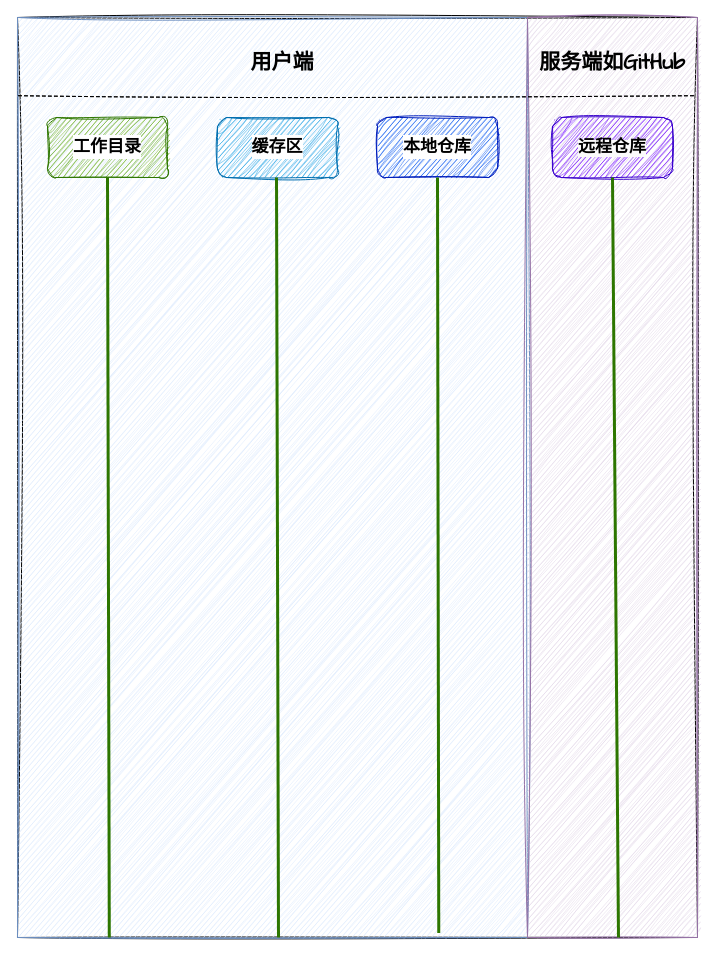
The draw.io diagram image-text/图解Git工作原理.drawio in Rodert/javapub_oss, before the edit. Source tidied: cells renumbered, new cells numbered last; positions are measured from the earlier drawing's top-left corner, leaving out a move shared by most shapes. Both pictures are drawn from the tidied source at 100%, with x=0, y=0 at pixel (17, 17).
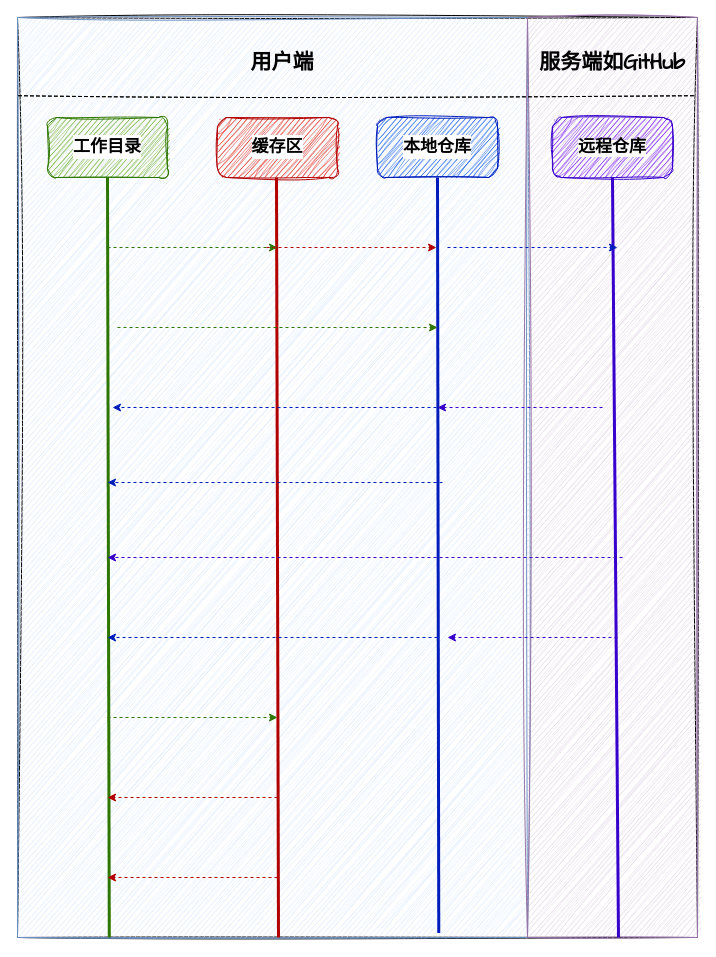
The same diagram, later.

Commit message (it also covers changes not shown here):
更新图解Git工作原理.drawio

The change refers to these unchanged cells:
```xml
<mxCell id="6" style="rounded=0;whiteSpace=wrap;html=1;sketch=1;hachureGap=4;jiggle=2;curveFitting=1;fontFamily=Architects Daughter;fillColor=#dae8fc;strokeColor=#6c8ebf;" parent="1" vertex="1">
  <mxGeometry width="510" height="920" as="geometry" />
</mxCell>
<mxCell id="13" value="&lt;font color=&quot;#000000&quot;&gt;&lt;span style=&quot;font-size: 17px; background-color: rgb(255, 255, 255);&quot;&gt;&lt;b&gt;本地仓库&lt;/b&gt;&lt;/span&gt;&lt;/font&gt;" style="rounded=1;whiteSpace=wrap;html=1;sketch=1;hachureGap=4;jiggle=2;curveFitting=1;fontFamily=Architects Daughter;fillColor=#0050ef;strokeColor=#001DBC;fontColor=#ffffff;" parent="1" vertex="1">
  <mxGeometry x="360" y="100" width="120" height="60" as="geometry" />
</mxCell>
<mxCell id="14" value="&lt;b style=&quot;forced-color-adjust: none; color: rgb(255, 255, 255); font-family: &amp;quot;Architects Daughter&amp;quot;; font-size: 12px; font-style: normal; font-variant-ligatures: normal; font-variant-caps: normal; letter-spacing: normal; orphans: 2; text-align: center; text-indent: 0px; text-transform: none; widows: 2; word-spacing: 0px; -webkit-text-stroke-width: 0px; white-space: normal; text-decoration-thickness: initial; text-decoration-style: initial; text-decoration-color: initial; background-color: rgb(251, 251, 251);&quot;&gt;&lt;font style=&quot;forced-color-adjust: none; font-size: 17px;&quot; color=&quot;#000000&quot;&gt;远程仓库&lt;/font&gt;&lt;/b&gt;" style="rounded=1;whiteSpace=wrap;html=1;sketch=1;hachureGap=4;jiggle=2;curveFitting=1;fontFamily=Architects Daughter;fillColor=#6a00ff;strokeColor=#3700CC;fontColor=#ffffff;" parent="1" vertex="1">
  <mxGeometry x="535" y="100" width="120" height="60" as="geometry" />
</mxCell>
```

Change to the diagram source:
```diff
@@
-    <mxCell id="12" value="&lt;font color=&quot;#000000&quot;&gt;&lt;span style=&quot;font-size: 17px; background-color: rgb(255, 255, 255);&quot;&gt;&lt;b&gt;缓存区&lt;/b&gt;&lt;/span&gt;&lt;/font&gt;" style="rounded=1;whiteSpace=wrap;html=1;sketch=1;hachureGap=4;jiggle=2;curveFitting=1;fontFamily=Architects Daughter;fillColor=#1ba1e2;strokeColor=#006EAF;fontColor=#ffffff;" parent="1" vertex="1">
+    <mxCell id="12" value="&lt;font color=&quot;#000000&quot;&gt;&lt;span style=&quot;font-size: 17px; background-color: rgb(255, 255, 255);&quot;&gt;&lt;b&gt;缓存区&lt;/b&gt;&lt;/span&gt;&lt;/font&gt;" style="rounded=1;whiteSpace=wrap;html=1;sketch=1;hachureGap=4;jiggle=2;curveFitting=1;fontFamily=Architects Daughter;fillColor=#e51400;strokeColor=#B20000;fontColor=#ffffff;" parent="1" vertex="1">
       <mxGeometry x="200" y="100" width="120" height="60" as="geometry" />
     </mxCell>
@@
-    <mxCell id="16" style="endArrow=none;html=1;rounded=0;hachureGap=4;fontFamily=Architects Daughter;entryX=0.5;entryY=1;entryDx=0;entryDy=0;exitX=0.18;exitY=1;exitDx=0;exitDy=0;exitPerimeter=0;strokeWidth=3;fillColor=#60a917;strokeColor=#2D7600;" parent="1" edge="1">
+    <mxCell id="16" style="endArrow=none;html=1;rounded=0;hachureGap=4;fontFamily=Architects Daughter;entryX=0.5;entryY=1;entryDx=0;entryDy=0;exitX=0.18;exitY=1;exitDx=0;exitDy=0;exitPerimeter=0;strokeWidth=3;fillColor=#e51400;strokeColor=#B20000;" parent="1" edge="1">
       <mxGeometry relative="1" as="geometry">
         <mxPoint x="261" y="920" as="sourcePoint" />
         <mxPoint x="259" y="160" as="targetPoint" />
       </mxGeometry>
     </mxCell>
-    <mxCell id="17" style="endArrow=none;html=1;rounded=0;hachureGap=4;fontFamily=Architects Daughter;entryX=0.5;entryY=1;entryDx=0;entryDy=0;strokeWidth=3;fillColor=#60a917;strokeColor=#2D7600;exitX=0.826;exitY=0.995;exitDx=0;exitDy=0;exitPerimeter=0;" parent="1" edge="1" source="6" target="13">
+    <mxCell id="17" style="endArrow=none;html=1;rounded=0;hachureGap=4;fontFamily=Architects Daughter;entryX=0.5;entryY=1;entryDx=0;entryDy=0;strokeWidth=3;fillColor=#0050ef;strokeColor=#001DBC;exitX=0.826;exitY=0.995;exitDx=0;exitDy=0;exitPerimeter=0;" parent="1" edge="1" source="6" target="13">
       <mxGeometry relative="1" as="geometry" />
     </mxCell>
-    <mxCell id="18" style="endArrow=none;html=1;rounded=0;hachureGap=4;fontFamily=Architects Daughter;strokeWidth=3;fillColor=#60a917;strokeColor=#2D7600;exitX=0.826;exitY=0.995;exitDx=0;exitDy=0;exitPerimeter=0;entryX=0.5;entryY=1;entryDx=0;entryDy=0;" parent="1" edge="1" target="14">
+    <mxCell id="18" style="endArrow=none;html=1;rounded=0;hachureGap=4;fontFamily=Architects Daughter;strokeWidth=3;fillColor=#6a00ff;strokeColor=#3700CC;exitX=0.826;exitY=0.995;exitDx=0;exitDy=0;exitPerimeter=0;entryX=0.5;entryY=1;entryDx=0;entryDy=0;" parent="1" edge="1" target="14">
       <mxGeometry relative="1" as="geometry">
         <mxPoint x="601" y="920" as="sourcePoint" />
       </mxGeometry>
     </mxCell>
+    <mxCell id="19" style="endArrow=classic;html=1;rounded=0;hachureGap=4;fontFamily=Architects Daughter;dashed=1;flowAnimation=1;fillColor=#60a917;strokeColor=#2D7600;" parent="1" edge="1">
+      <mxGeometry relative="1" as="geometry">
+        <mxPoint x="90" y="230" as="sourcePoint" />
+        <mxPoint x="260" y="230" as="targetPoint" />
+      </mxGeometry>
+    </mxCell>
+    <mxCell id="20" style="endArrow=classic;html=1;rounded=0;hachureGap=4;fontFamily=Architects Daughter;dashed=1;flowAnimation=1;fillColor=#e51400;strokeColor=#B20000;" parent="1" edge="1">
+      <mxGeometry relative="1" as="geometry">
+        <mxPoint x="249" y="230" as="sourcePoint" />
+        <mxPoint x="419" y="230" as="targetPoint" />
+      </mxGeometry>
+    </mxCell>
+    <mxCell id="21" style="endArrow=classic;html=1;rounded=0;hachureGap=4;fontFamily=Architects Daughter;dashed=1;flowAnimation=1;fillColor=#0050ef;strokeColor=#001DBC;" parent="1" edge="1">
+      <mxGeometry relative="1" as="geometry">
+        <mxPoint x="430" y="230" as="sourcePoint" />
+        <mxPoint x="600" y="230" as="targetPoint" />
+      </mxGeometry>
+    </mxCell>
+    <mxCell id="22" style="endArrow=classic;html=1;rounded=0;hachureGap=4;fontFamily=Architects Daughter;dashed=1;flowAnimation=1;fillColor=#60a917;strokeColor=#2D7600;" parent="1" edge="1">
+      <mxGeometry relative="1" as="geometry">
+        <mxPoint x="100" y="310" as="sourcePoint" />
+        <mxPoint x="420" y="310" as="targetPoint" />
+      </mxGeometry>
+    </mxCell>
+    <mxCell id="23" style="endArrow=classic;html=1;rounded=0;hachureGap=4;fontFamily=Architects Daughter;flowAnimation=1;dashed=1;fillColor=#0050ef;strokeColor=#001DBC;" parent="1" edge="1">
+      <mxGeometry relative="1" as="geometry">
+        <mxPoint x="425" y="390" as="sourcePoint" />
+        <mxPoint x="95" y="390" as="targetPoint" />
+      </mxGeometry>
+    </mxCell>
+    <mxCell id="24" style="endArrow=classic;html=1;rounded=0;hachureGap=4;fontFamily=Architects Daughter;flowAnimation=1;dashed=1;fillColor=#6a00ff;strokeColor=#3700CC;" parent="1" edge="1">
+      <mxGeometry relative="1" as="geometry">
+        <mxPoint x="585" y="390" as="sourcePoint" />
+        <mxPoint x="420" y="390" as="targetPoint" />
+      </mxGeometry>
+    </mxCell>
+    <mxCell id="25" style="endArrow=classic;html=1;rounded=0;hachureGap=4;fontFamily=Architects Daughter;flowAnimation=1;dashed=1;fillColor=#0050ef;strokeColor=#001DBC;" parent="1" edge="1">
+      <mxGeometry relative="1" as="geometry">
+        <mxPoint x="425" y="465" as="sourcePoint" />
+        <mxPoint x="90" y="465" as="targetPoint" />
+      </mxGeometry>
+    </mxCell>
+    <mxCell id="26" style="endArrow=classic;html=1;rounded=0;hachureGap=4;fontFamily=Architects Daughter;flowAnimation=1;dashed=1;fillColor=#6a00ff;strokeColor=#3700CC;" parent="1" edge="1">
+      <mxGeometry relative="1" as="geometry">
+        <mxPoint x="605" y="540" as="sourcePoint" />
+        <mxPoint x="90" y="540" as="targetPoint" />
+      </mxGeometry>
+    </mxCell>
+    <mxCell id="27" style="endArrow=classic;html=1;rounded=0;hachureGap=4;fontFamily=Architects Daughter;flowAnimation=1;dashed=1;fillColor=#0050ef;strokeColor=#001DBC;" parent="1" edge="1">
+      <mxGeometry relative="1" as="geometry">
+        <mxPoint x="420" y="620" as="sourcePoint" />
+        <mxPoint x="90" y="620" as="targetPoint" />
+      </mxGeometry>
+    </mxCell>
+    <mxCell id="28" style="endArrow=classic;html=1;rounded=0;hachureGap=4;fontFamily=Architects Daughter;flowAnimation=1;dashed=1;fillColor=#6a00ff;strokeColor=#3700CC;" parent="1" edge="1">
+      <mxGeometry relative="1" as="geometry">
+        <mxPoint x="600" y="620" as="sourcePoint" />
+        <mxPoint x="430" y="620" as="targetPoint" />
+      </mxGeometry>
+    </mxCell>
+    <mxCell id="29" style="endArrow=classic;html=1;rounded=0;hachureGap=4;fontFamily=Architects Daughter;dashed=1;flowAnimation=1;fillColor=#60a917;strokeColor=#2D7600;" parent="1" edge="1">
+      <mxGeometry relative="1" as="geometry">
+        <mxPoint x="90" y="700" as="sourcePoint" />
+        <mxPoint x="260" y="700" as="targetPoint" />
+      </mxGeometry>
+    </mxCell>
+    <mxCell id="30" style="endArrow=classic;html=1;rounded=0;hachureGap=4;fontFamily=Architects Daughter;flowAnimation=1;dashed=1;fillColor=#e51400;strokeColor=#B20000;" parent="1" edge="1">
+      <mxGeometry relative="1" as="geometry">
+        <mxPoint x="260" y="780" as="sourcePoint" />
+        <mxPoint x="90" y="780" as="targetPoint" />
+      </mxGeometry>
+    </mxCell>
+    <mxCell id="31" style="endArrow=classic;html=1;rounded=0;hachureGap=4;fontFamily=Architects Daughter;flowAnimation=1;dashed=1;fillColor=#e51400;strokeColor=#B20000;" parent="1" edge="1">
+      <mxGeometry relative="1" as="geometry">
+        <mxPoint x="260" y="860" as="sourcePoint" />
+        <mxPoint x="90" y="860" as="targetPoint" />
+      </mxGeometry>
+    </mxCell>
```
